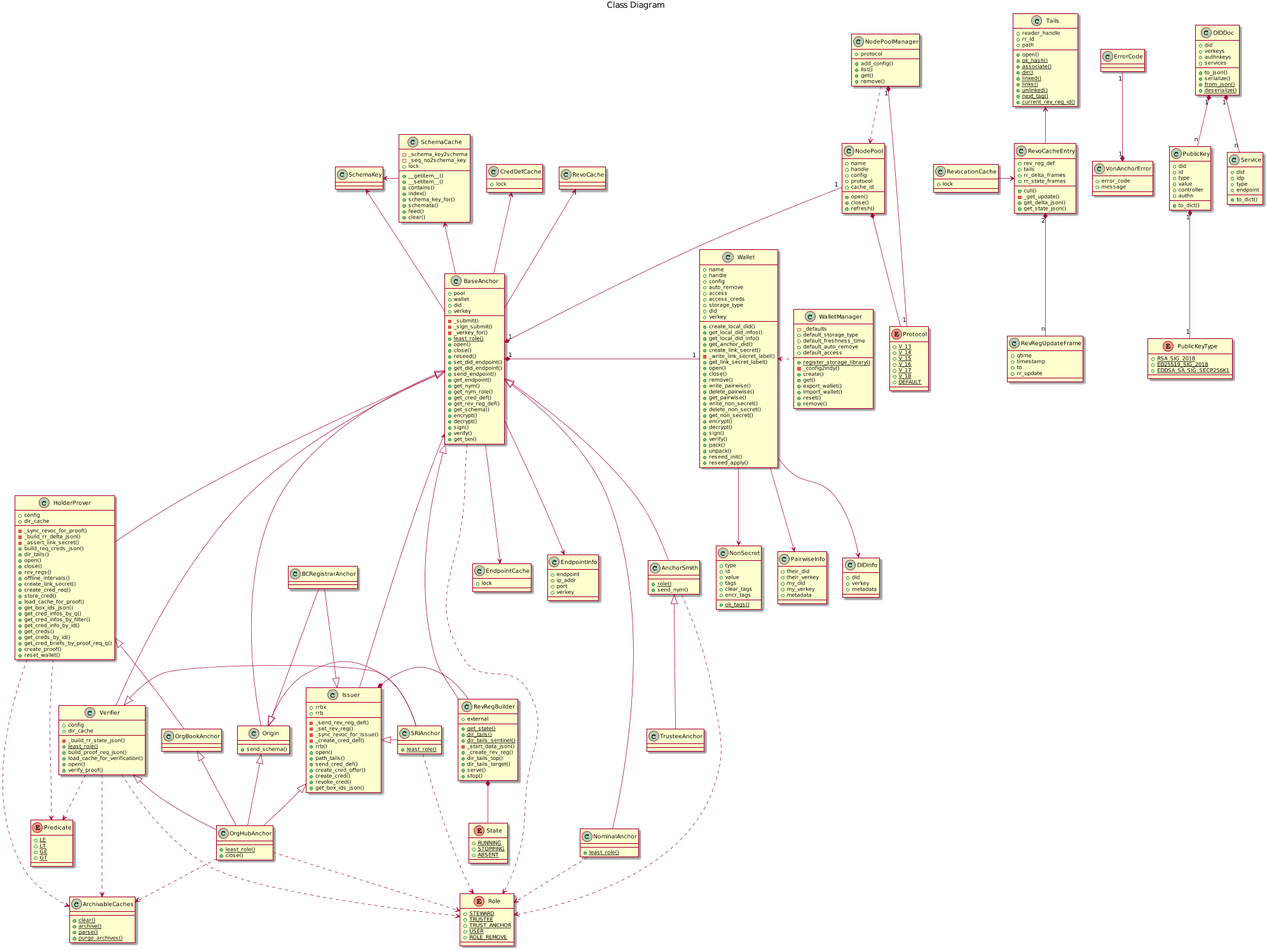
The PlantUML diagram docs/source/pic/class.png in PSPC-SPAC-buyandsell/von_anchor, before a commit. Source of this version:
```plantuml
@startuml

scale max 2000 width

title Class Diagram

class ErrorCode {
}

class VonAnchorError {
    +error_code
    +message
}

class SchemaKey {
}

class SchemaCache {
    -_schema_key2schema
    -_seq_no2schema_key
    +lock
    +__getitem__()
    +__setitem__()
    +contains()
    +index()
    +schema_key_for()
    +schemata()
    +feed()
    +clear()
}

class CredDefCache{
    +lock
}

class Tails {
    +reader_handle
    +rr_id
    +path
    +open()
    {static} +ok_hash()
    {static} +associate()
    {static} +dir()
    {static} +linked()
    {static} +links()
    {static} +unlinked()
    {static} +next_tag()
    {static} +current_rev_reg_id()
}

class RevoCacheEntry {
    +rev_reg_def
    +tails
    +cull()
    -_get_update()
    +rr_delta_frames
    +rr_state_frames
    +get_delta_json()
    +get_state_json()
}

class RevRegUpdateFrame {
    +qtime
    +timestamp
    +to
    +rr_update
}

class RevocationCache {
    +lock
}

class EndpointCache {
    +lock
}

class ArchivableCaches {
    {static} +clear()
    {static} +archive()
    {static} +parse()
    {static} +purge_archives()
}

class WalletManager {
    {static} +register_storage_library()
    -_defaults
    +default_storage_type
    +default_freshness_time
    +default_auto_remove
    +default_access
    -_config2indy()
    +create()
    +get()
    +export_wallet()
    +import_wallet()
    +reset()
    +remove()
}

class Wallet {
    +name
    +handle
    +config
    +auto_remove
    +access
    +access_creds
    +storage_type
    +did
    +verkey
    +create_local_did()
    +get_local_did_infos()
    +get_local_did_info()
    +get_anchor_did()
    +create_link_secret()
    -_write_link_secret_label()
    +get_link_secret_label()
    +open()
    +close()
    +remove()
    +write_pairwise()
    +delete_pairwise()
    +get_pairwise()
    +write_non_secret()
    +delete_non_secret()
    +get_non_secret()
    +encrypt()
    +decrypt()
    +sign()
    +verify()
    +pack()
    +unpack()
    +reseed_init()
    +reseed_apply()
}

class DIDInfo {
    +did
    +verkey
    +metadata
}

class NonSecret {
    {static} +ok_tags()
    +type
    +id
    +value
    +tags
    +clear_tags
    +encr_tags
}

class PairwiseInfo {
    +their_did
    +their_verkey
    +my_did
    +my_verkey
    +metadata
}

class EndpointInfo {
    +endpoint
    +ip_addr
    +port
    +verkey
}

enum Protocol {
    {static} +V_13
    {static} +V_14
    {static} +V_15
    {static} +V_16
    {static} +V_17
    {static} +V_18
    {static} +DEFAULT
}

class NodePoolManager {
    +protocol
    +add_config()
    +list()
    +get()
    +remove()
}

class NodePool {
    +name
    +handle
    +config
    +protocol
    +cache_id
    +open()
    +close()
    +refresh()
}

enum Predicate {
    {static} +LE
    {static} +LT
    {static} +GE
    {static} +GT
}

enum Role {
    {static} +STEWARD
    {static} +TRUSTEE
    {static} +TRUST_ANCHOR
    {static} +USER
    {static} +ROLE_REMOVE
}

class BaseAnchor {
    +pool
    +wallet
    +did
    +verkey
    -_submit()
    -_sign_submit()
    -_verkey_for()
    {static} +least_role()
    +open()
    +close()
    +reseed()
    +set_did_endpoint()
    +get_did_endpoint()
    +send_endpoint()
    +get_endpoint()
    +get_nym()
    +get_nym_role()
    +get_cred_def()
    +get_rev_reg_def()
    +get_schema()
    +encrypt()
    +decrypt()
    +sign()
    +verify()
    +get_txn()
}

class AnchorSmith {
    {static} +role()
    +send_nym()
}

class Origin {
    +send_schema()
}

class RevRegBuilder {
    {static} +get_state()
    {static} +dir_tails()
    {static} +dir_tails_sentinel()
    -_start_data_json()
    +external
    +_create_rev_reg()
    +dir_tails_top()
    +dir_tails_target()
    +serve()
    +stop()
}

enum State {
    {static} +RUNNING
    {static} +STOPPING
    {static} +ABSENT
}

class Issuer {
    -_send_rev_reg_def()
    -_set_rev_reg()
    -_sync_revoc_for_issue()
    -_create_cred_def()
    +rrbx
    +rrb
    +rrb()
    +open()
    +path_tails()
    +send_cred_def()
    +create_cred_offer()
    +create_cred()
    +revoke_cred()
    +get_box_ids_json()
}

class HolderProver {
    +config
    +dir_cache
    -_sync_revoc_for_proof()
    -_build_rr_delta_json()
    -_assert_link_secret()
    +build_req_creds_json()
    +dir_tails()
    +open()
    +close()
    +rev_regs()
    +offline_intervals()
    +create_link_secret()
    +create_cred_req()
    +store_cred()
    +load_cache_for_proof()
    +get_box_ids_json()
    +get_cred_infos_by_q()
    +get_cred_infos_by_filter()
    +get_cred_info_by_id()
    +get_creds()
    +get_creds_by_id()
    +get_cred_briefs_by_proof_req_q()
    +create_proof()
    +reset_wallet()
}

class Verifier {
    +config
    +dir_cache
    -_build_rr_state_json()
    {static} +least_role()
    +build_proof_req_json()
    +load_cache_for_verification()
    +open()
    +verify_proof()
}

class TrusteeAnchor {
}

class NominalAnchor {
    {static} +least_role()
}

class SRIAnchor {
    {static} +least_role()
}

class BCRegistrarAnchor {
}

class OrgBookAnchor {
}

class OrgHubAnchor {
    {static} +least_role()
    +close()
}

enum PublicKeyType {
    {static} +RSA_SIG_2018
    {static} +ED25519_SIG_2018
    {static} +EDDSA_SA_SIG_SECP256K1
}

class PublicKey {
    +did
    +id
    +type
    +value
    +controller
    +authn
    +to_dict()
}

class Service {
    +did
    +idp
    +type
    +endpoint
    +to_dict()
}

class DIDDoc {
    +did
    +verkeys
    +authnkeys
    +services
    +to_json()
    +serialize()
    {static} +from_json()
    {static} +deserialize()
}

VonAnchorError "1" *-up- "1" ErrorCode
SchemaCache -left-> SchemaKey
BaseAnchor -left-> SchemaKey

NodePoolManager "1" *-- "1" Protocol
NodePoolManager ..> NodePool
NodePool *-- Protocol

RevRegBuilder *-- State

BaseAnchor -up-> SchemaCache
BaseAnchor "1" *-left- "1" Wallet
BaseAnchor "1" *-up- "1" NodePool

RevoCacheEntry -up-> Tails
RevoCacheEntry "2" *-down- "n" RevRegUpdateFrame
RevocationCache -> RevoCacheEntry

WalletManager .left.> Wallet

Wallet --> DIDInfo
Wallet --> PairwiseInfo
Wallet --> NonSecret

BaseAnchor --> EndpointInfo

BaseAnchor -up-> RevoCache
BaseAnchor --> EndpointCache

BaseAnchor -up-> CredDefCache
BaseAnchor <|-down- AnchorSmith
BaseAnchor <|-down- Origin
BaseAnchor <|-down- HolderProver
BaseAnchor <|-down- Verifier
BaseAnchor <|-right- NominalAnchor

AnchorSmith <|-down- TrusteeAnchor
BaseAnchor <|-down- RevRegBuilder
BaseAnchor <-- Issuer
Issuer *- RevRegBuilder

Origin <|-left- SRIAnchor
Issuer <|-left- SRIAnchor
Verifier <|-right- SRIAnchor

Issuer <|-up- BCRegistrarAnchor
Origin <|-up- BCRegistrarAnchor

HolderProver <|-down- OrgBookAnchor

OrgBookAnchor <|-- OrgHubAnchor
Issuer <|-- OrgHubAnchor
Origin <|-- OrgHubAnchor
Verifier <|-- OrgHubAnchor

HolderProver ..> ArchivableCaches
Verifier ..> ArchivableCaches
OrgHubAnchor ..> ArchivableCaches

HolderProver ..> Predicate
Verifier ..> Predicate

BaseAnchor ..> Role
AnchorSmith ..> Role
Verifier ..> Role
NominalAnchor ..> Role
OrgHubAnchor ..> Role
SRIAnchor ..> Role

PublicKey "1" *-- "1" PublicKeyType
DIDDoc "1" *-- "n" PublicKey
DIDDoc "1" *-- "n" Service
@enduml
```
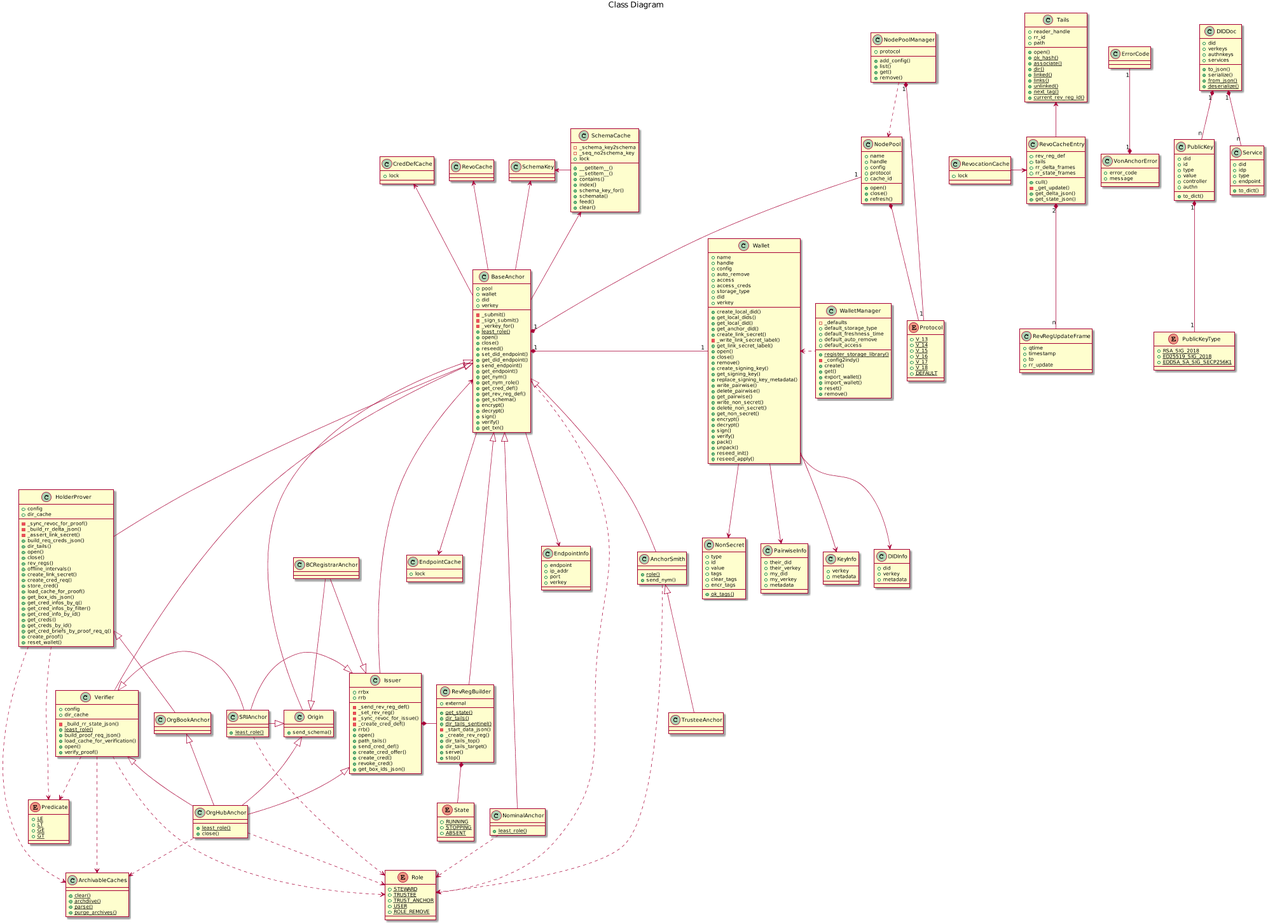
Later version of the same file.

What changed in the source:
```diff
@@ -76,7 +76,7 @@
 
 class ArchivableCaches {
     {static} +clear()
-    {static} +archive()
+    {static} +archdiive()
     {static} +parse()
     {static} +purge_archives()
 }
@@ -108,8 +108,8 @@
     +did
     +verkey
     +create_local_did()
-    +get_local_did_infos()
-    +get_local_did_info()
+    +get_local_dids()
+    +get_local_did()
     +get_anchor_did()
     +create_link_secret()
     -_write_link_secret_label()
@@ -117,6 +117,9 @@
     +open()
     +close()
     +remove()
+    +create_signing_key()
+    +get_signing_key()
+    +replace_signing_key_metadata()
     +write_pairwise()
     +delete_pairwise()
     +get_pairwise()
@@ -131,6 +134,11 @@
     +unpack()
     +reseed_init()
     +reseed_apply()
+}
+
+class KeyInfo {
+    +verkey
+    +metadata
 }
 
 class DIDInfo {
@@ -396,6 +404,7 @@
 
 WalletManager .left.> Wallet
 
+Wallet --> KeyInfo
 Wallet --> DIDInfo
 Wallet --> PairwiseInfo
 Wallet --> NonSecret
```
